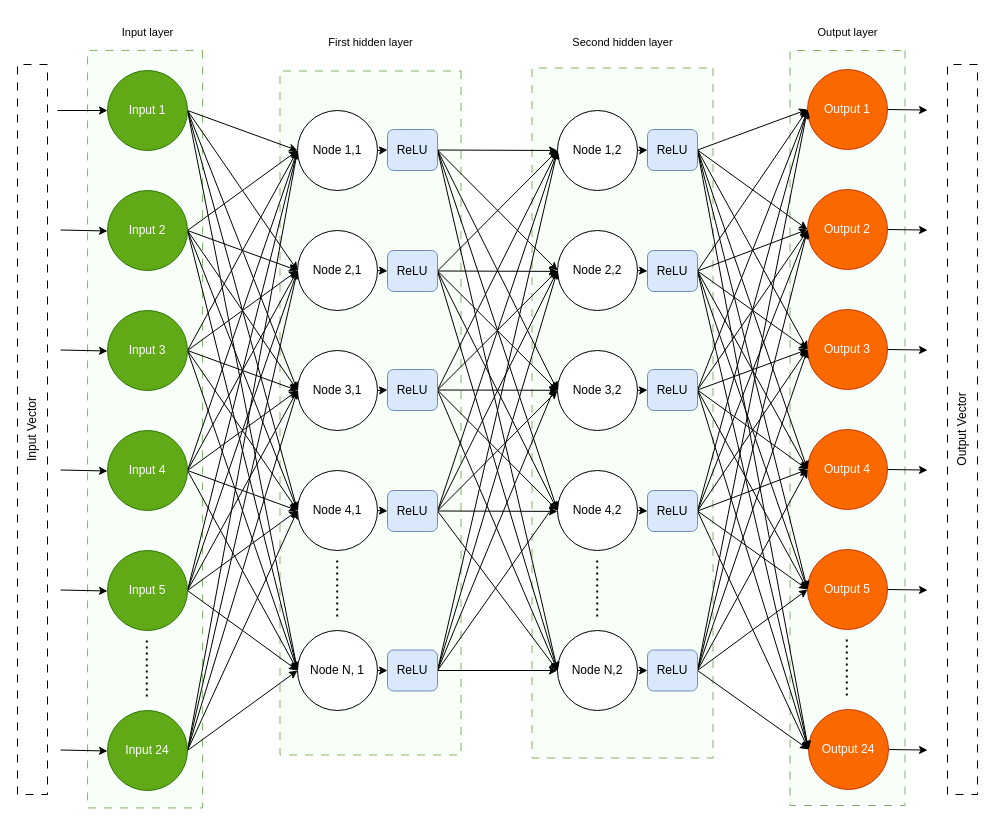
abrigrobler/MEng keeps this draw.io diagram as net_arch.drawio. Above is the earlier version. Source tidied: cells renumbered, new cells numbered last; positions are measured from the earlier drawing's top-left corner, leaving out a move shared by most shapes. Both pictures are drawn from the tidied source at 100%, with x=0, y=0 at pixel (-333, 17).
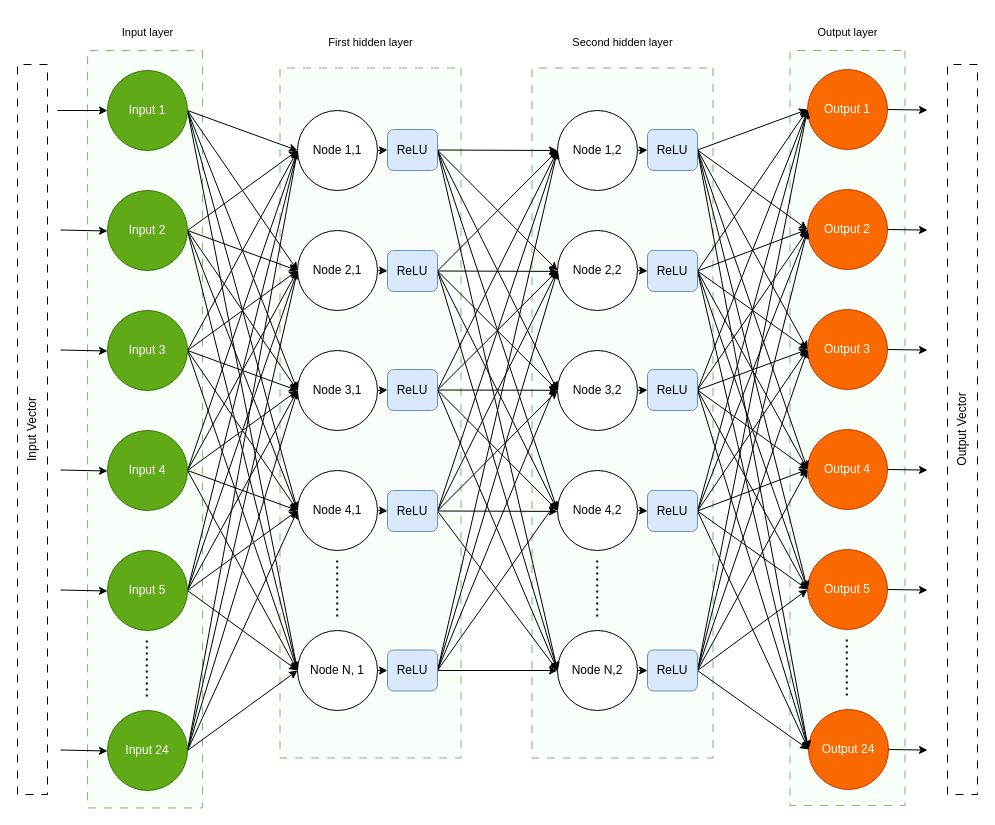
The same diagram, later.

Change to the diagram source:
```diff
@@
-    <mxCell id="2" style="rounded=0;whiteSpace=wrap;html=1;fontFamily=Helvetica;fontSize=11;rotation=90;fillColor=#F7FFF8;strokeColor=#82b366;dashed=1;dashPattern=8 8;" parent="1" vertex="1">
-      <mxGeometry x="361" y="305" width="684" height="181" as="geometry" />
-    </mxCell>
+    <mxCell id="155" style="rounded=0;whiteSpace=wrap;html=1;fontFamily=Helvetica;fontSize=11;rotation=90;fillColor=#F7FFF8;strokeColor=#82b366;dashed=1;dashPattern=8 8;" parent="1" vertex="1">
+      <mxGeometry x="358" y="305" width="690" height="181" as="geometry" />
+    </mxCell>
```
